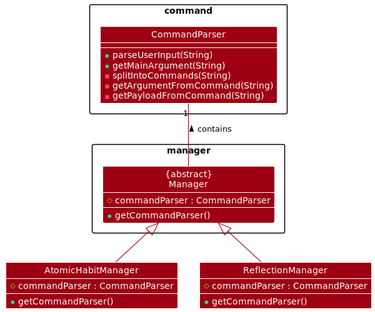
wenxin-c/tp keeps this PlantUML diagram as docs/diagrams/CommandParserClass.png. Above is the earlier version.
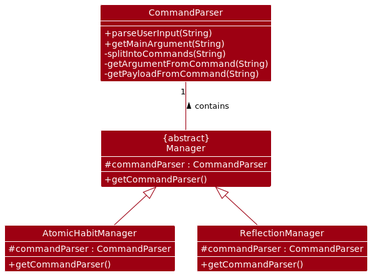
Later version of the same file.

Commit message:
Fix diagram errors

The edit, as a diff of the source:
```diff
@@ -5,21 +5,18 @@
 skinparam classBackgroundColor MODEL_COLOR
 
 
-Package command {
-    Class CommandParser {
-        + parseUserInput(String)
-        + getMainArgument(String)
-        - splitIntoCommands(String)
-        - getArgumentFromCommand(String)
-        - getPayloadFromCommand(String)
-    }
+Class CommandParser {
+    + parseUserInput(String)
+    + getMainArgument(String)
+    - splitIntoCommands(String)
+    - getArgumentFromCommand(String)
+    - getPayloadFromCommand(String)
 }
 
-Package manager{
-    Class "{abstract}\nManager" as Manager {
-        # commandParser : CommandParser
-        + getCommandParser()
-    }
+
+Class "{abstract}\nManager" as Manager {
+    # commandParser : CommandParser
+    + getCommandParser()
 }
 
 Class AtomicHabitManager {
```
